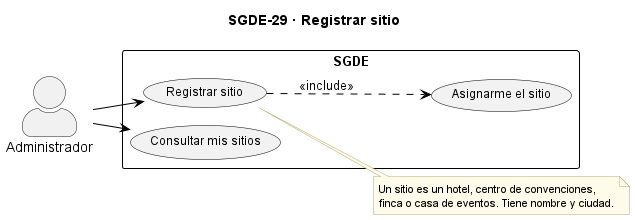
This is docs/casos_uso_sgde/SGDE-29_Registrar_sitio.png from AndreCamx2/Gestion-De-Eventos, a PlantUML export, as it was before one commit. Source of this version:
```plantuml
@startuml SGDE-29_Registrar_sitio
!pragma layout smetana
left to right direction
skinparam backgroundColor white
skinparam usecase {
  BackgroundColor #F2F2F2
  BorderColor black
  FontSize 12
}
skinparam rectangle {
  BorderColor black
  FontSize 13
  FontStyle bold
}
skinparam note {
  BackgroundColor #FFFBEA
  BorderColor #B8A86B
  FontSize 11
}
skinparam ArrowColor black
skinparam actorStyle awesome
title SGDE-29 · Registrar sitio

actor "Administrador" as AD

rectangle "SGDE" {
  usecase "Registrar sitio" as UC1
  usecase "Consultar mis sitios" as UC2
  usecase "Asignarme el sitio" as UC3
}

AD --> UC1
AD --> UC2
UC1 ..> UC3 : <<include>>

note right of UC1
  Un sitio es un hotel, centro de convenciones,
  finca o casa de eventos. Tiene nombre y ciudad.
end note
@enduml
```
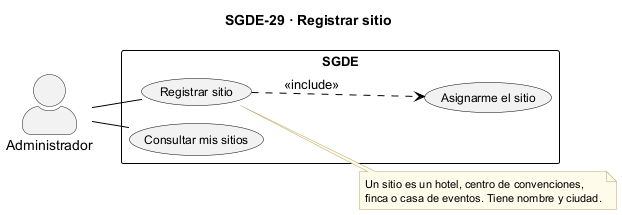
Above is the later version.

Diff of the diagram source:
```diff
@@ -29,8 +29,8 @@
   usecase "Asignarme el sitio" as UC3
 }
 
-AD --> UC1
-AD --> UC2
+AD -- UC1
+AD -- UC2
 UC1 ..> UC3 : <<include>>
 
 note right of UC1
```
